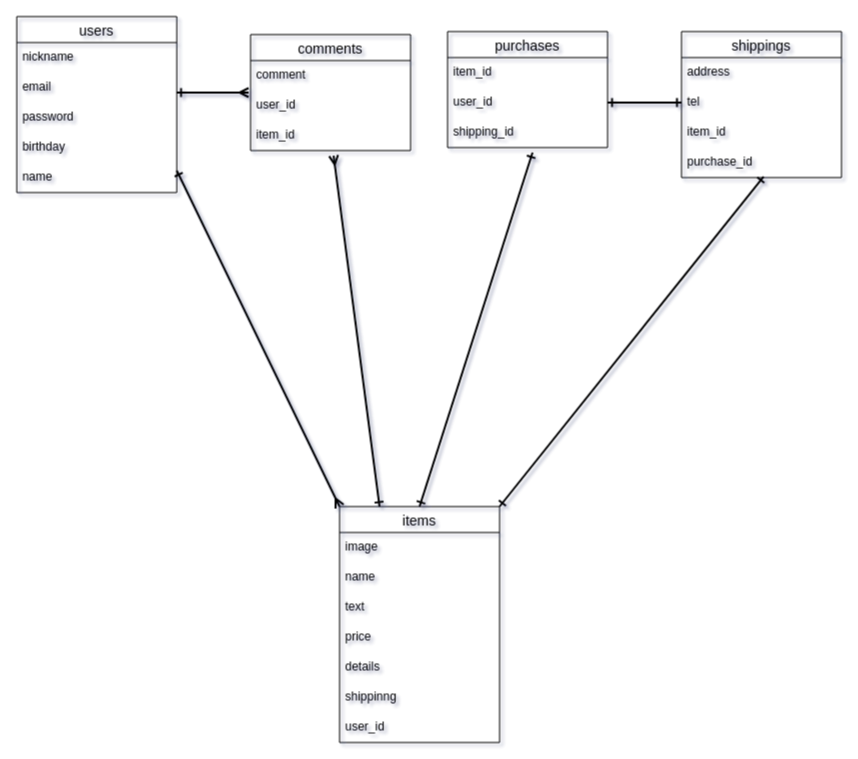
This is er .drawio from ka-jun/furima-33834, a draw.io file, before an edit. Source tidied: cells renumbered, new cells numbered last; positions are measured from the earlier drawing's top-left corner, leaving out a move shared by most shapes. Both pictures are drawn from the tidied source at 100%, with x=0, y=0 at pixel (16, 16).
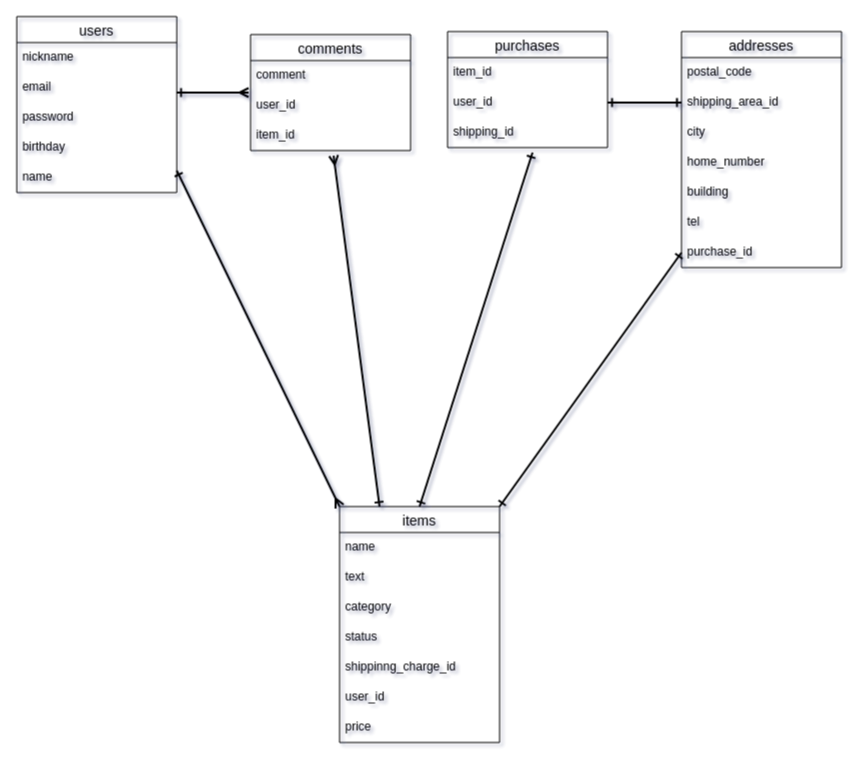
The same page after the edit.

The change refers to these unchanged cells:
```xml
<mxCell id="7" value="items" style="swimlane;fontStyle=0;horizontal=1;startSize=26;align=center;fontSize=14;fillColor=none;" parent="1" vertex="1">
  <mxGeometry x="323" y="490" width="160" height="236" as="geometry" />
</mxCell>
<mxCell id="17" value="user_id" style="text;strokeColor=none;fillColor=none;spacingLeft=4;spacingRight=4;overflow=hidden;points=[[0,0.5],[1,0.5]];portConstraint=eastwest;fontSize=12;" parent="15" vertex="1">
  <mxGeometry y="56" width="160" height="30" as="geometry" />
</mxCell>
```

Change to the diagram source:
```diff
@@
-    <mxCell id="2" value="shippings" style="swimlane;fontStyle=0;horizontal=1;startSize=26;align=center;fontSize=14;fillColor=none;" parent="1" vertex="1">
-      <mxGeometry x="665" y="15" width="160" height="146" as="geometry" />
+    <mxCell id="2" value="addresses" style="swimlane;fontStyle=0;horizontal=1;startSize=26;align=center;fontSize=14;fillColor=none;" parent="1" vertex="1">
+      <mxGeometry x="665" y="15" width="160" height="236" as="geometry" />
     </mxCell>
+    <mxCell id="35" value="postal_code" style="text;strokeColor=none;fillColor=none;spacingLeft=4;spacingRight=4;overflow=hidden;fontSize=12;" parent="2" vertex="1">
+      <mxGeometry y="26" width="160" height="30" as="geometry" />
+    </mxCell>
-    <mxCell id="3" value="address" style="text;strokeColor=none;fillColor=none;spacingLeft=4;spacingRight=4;overflow=hidden;points=[[0,0.5],[1,0.5]];portConstraint=eastwest;fontSize=12;" parent="2" vertex="1">
-      <mxGeometry y="26" width="160" height="30" as="geometry" />
+    <mxCell id="3" value="shipping_area_id" style="text;strokeColor=none;fillColor=none;spacingLeft=4;spacingRight=4;overflow=hidden;points=[[0,0.5],[1,0.5]];portConstraint=eastwest;fontSize=12;" parent="2" vertex="1">
+      <mxGeometry y="56" width="160" height="30" as="geometry" />
     </mxCell>
+    <mxCell id="36" value="city" style="text;strokeColor=none;fillColor=none;spacingLeft=4;spacingRight=4;overflow=hidden;fontSize=12;" parent="2" vertex="1">
+      <mxGeometry y="86" width="160" height="30" as="geometry" />
+    </mxCell>
+    <mxCell id="37" value="home_number" style="text;strokeColor=none;fillColor=none;spacingLeft=4;spacingRight=4;overflow=hidden;fontSize=12;" parent="2" vertex="1">
+      <mxGeometry y="116" width="160" height="30" as="geometry" />
+    </mxCell>
+    <mxCell id="38" value="building" style="text;strokeColor=none;fillColor=none;spacingLeft=4;spacingRight=4;overflow=hidden;fontSize=12;" parent="2" vertex="1">
+      <mxGeometry y="146" width="160" height="30" as="geometry" />
+    </mxCell>
     <mxCell id="4" value="tel" style="text;strokeColor=none;fillColor=none;spacingLeft=4;spacingRight=4;overflow=hidden;points=[[0,0.5],[1,0.5]];portConstraint=eastwest;fontSize=12;" parent="2" vertex="1">
-      <mxGeometry y="56" width="160" height="30" as="geometry" />
+      <mxGeometry y="176" width="160" height="30" as="geometry" />
     </mxCell>
-    <mxCell id="5" value="item_id" style="text;strokeColor=none;fillColor=none;spacingLeft=4;spacingRight=4;overflow=hidden;fontSize=12;" parent="2" vertex="1">
-      <mxGeometry y="86" width="160" height="30" as="geometry" />
-    </mxCell>
     <mxCell id="6" value="purchase_id" style="text;strokeColor=none;fillColor=none;spacingLeft=4;spacingRight=4;overflow=hidden;points=[[0,0.5],[1,0.5]];portConstraint=eastwest;fontSize=12;" parent="2" vertex="1">
-      <mxGeometry y="116" width="160" height="30" as="geometry" />
+      <mxGeometry y="206" width="160" height="30" as="geometry" />
     </mxCell>
@@
-    <mxCell id="8" value="image" style="text;strokeColor=none;fillColor=none;spacingLeft=4;spacingRight=4;overflow=hidden;fontSize=12;" parent="7" vertex="1">
-      <mxGeometry y="26" width="160" height="30" as="geometry" />
-    </mxCell>
     <mxCell id="9" value="name" style="text;strokeColor=none;fillColor=none;spacingLeft=4;spacingRight=4;overflow=hidden;fontSize=12;" parent="7" vertex="1">
-      <mxGeometry y="56" width="160" height="30" as="geometry" />
+      <mxGeometry y="26" width="160" height="30" as="geometry" />
     </mxCell>
     <mxCell id="10" value="text" style="text;strokeColor=none;fillColor=none;spacingLeft=4;spacingRight=4;overflow=hidden;fontSize=12;" parent="7" vertex="1">
-      <mxGeometry y="86" width="160" height="30" as="geometry" />
+      <mxGeometry y="56" width="160" height="30" as="geometry" />
     </mxCell>
-    <mxCell id="11" value="price" style="text;strokeColor=none;fillColor=none;spacingLeft=4;spacingRight=4;overflow=hidden;fontSize=12;" parent="7" vertex="1">
-      <mxGeometry y="116" width="160" height="30" as="geometry" />
-    </mxCell>
-    <mxCell id="12" value="details" style="text;strokeColor=none;fillColor=none;spacingLeft=4;spacingRight=4;overflow=hidden;fontSize=12;" parent="7" vertex="1">
-      <mxGeometry y="146" width="160" height="30" as="geometry" />
-    </mxCell>
+    <mxCell id="39" value="category" style="text;strokeColor=none;fillColor=none;spacingLeft=4;spacingRight=4;overflow=hidden;fontSize=12;" parent="7" vertex="1">
+      <mxGeometry y="86" width="160" height="30" as="geometry" />
+    </mxCell>
+    <mxCell id="40" value="status" style="text;strokeColor=none;fillColor=none;spacingLeft=4;spacingRight=4;overflow=hidden;fontSize=12;" parent="7" vertex="1">
+      <mxGeometry y="116" width="160" height="30" as="geometry" />
+    </mxCell>
-    <mxCell id="13" value="shippinng" style="text;strokeColor=none;fillColor=none;spacingLeft=4;spacingRight=4;overflow=hidden;fontSize=12;" parent="7" vertex="1">
-      <mxGeometry y="176" width="160" height="30" as="geometry" />
+    <mxCell id="13" value="shippinng_charge_id" style="text;strokeColor=none;fillColor=none;spacingLeft=4;spacingRight=4;overflow=hidden;fontSize=12;" parent="7" vertex="1">
+      <mxGeometry y="146" width="160" height="30" as="geometry" />
     </mxCell>
     <mxCell id="14" value="user_id" style="text;strokeColor=none;fillColor=none;spacingLeft=4;spacingRight=4;overflow=hidden;fontSize=12;" parent="7" vertex="1">
-      <mxGeometry y="206" width="160" height="30" as="geometry" />
+      <mxGeometry y="176" width="160" height="30" as="geometry" />
     </mxCell>
+    <mxCell id="11" value="price" style="text;strokeColor=none;fillColor=none;spacingLeft=4;spacingRight=4;overflow=hidden;fontSize=12;" parent="7" vertex="1">
+      <mxGeometry y="206" width="160" height="30" as="geometry" />
+    </mxCell>
@@
-    <mxCell id="19" style="endArrow=ERone;html=1;strokeWidth=2;startArrow=ERone;startFill=0;endFill=0;exitX=1;exitY=0;exitDx=0;exitDy=0;entryX=0.513;entryY=0.967;entryDx=0;entryDy=0;entryPerimeter=0;" parent="1" edge="1" source="7" target="6">
+    <mxCell id="19" style="endArrow=ERone;html=1;strokeWidth=2;startArrow=ERone;startFill=0;endFill=0;exitX=1;exitY=0;exitDx=0;exitDy=0;entryX=0;entryY=0.5;entryDx=0;entryDy=0;" parent="1" edge="1" source="7" target="6">
       <mxGeometry relative="1" as="geometry" />
     </mxCell>
@@
-    <mxCell id="34" style="endArrow=ERone;html=1;strokeWidth=2;fontColor=#000000;exitX=1;exitY=0.5;exitDx=0;exitDy=0;entryX=0;entryY=0.5;entryDx=0;entryDy=0;startArrow=ERone;startFill=0;endFill=0;" parent="1" edge="1" source="17" target="4">
+    <mxCell id="34" style="endArrow=ERone;html=1;strokeWidth=2;fontColor=#000000;exitX=1;exitY=0.5;exitDx=0;exitDy=0;entryX=0;entryY=0.5;entryDx=0;entryDy=0;startArrow=ERone;startFill=0;endFill=0;" parent="1" edge="1" source="17" target="3">
       <mxGeometry relative="1" as="geometry" />
     </mxCell>
```
